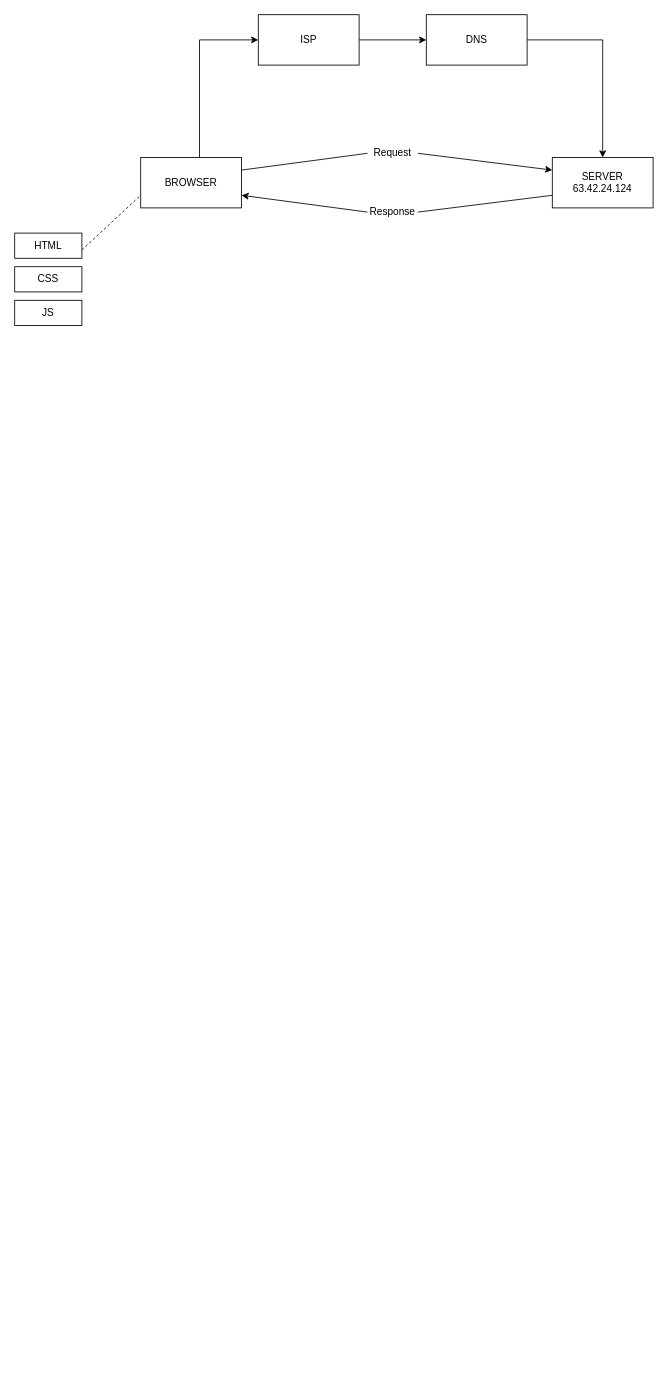
sriramr98/backend-bootcamp-notes keeps this draw.io diagram as Untitled Diagram.drawio. Above is the earlier version. Source tidied: cells renumbered, new cells numbered last; positions are measured from the earlier drawing's top-left corner, leaving out a move shared by most shapes. Both pictures are drawn from the tidied source at 84%, with x=0, y=0 at pixel (14, 14).
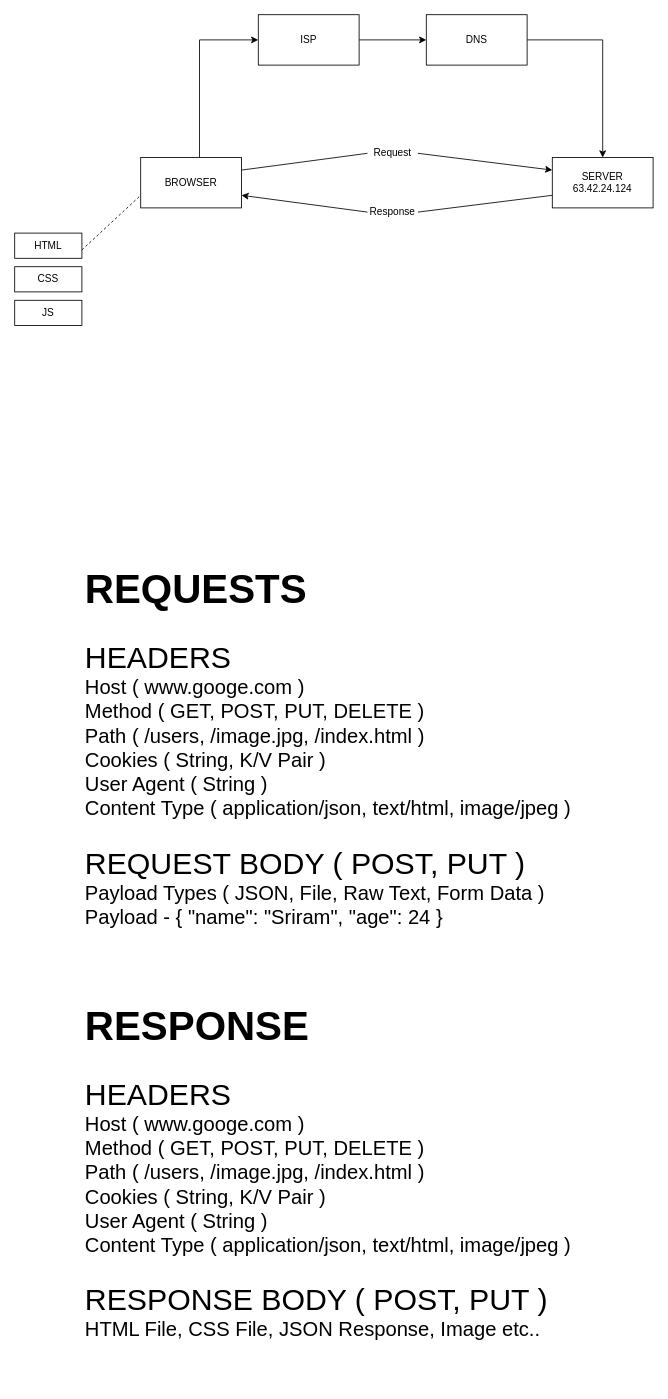
Above is the later version.

The edit, as a diff of the source:
```diff
@@
+    <mxCell id="19" value="&lt;h1&gt;&lt;font style=&quot;font-size: 48px;&quot;&gt;REQUESTS&lt;/font&gt;&lt;/h1&gt;&lt;div&gt;&lt;br&gt;&lt;/div&gt;&lt;div&gt;&lt;font style=&quot;font-size: 36px;&quot;&gt;HEADERS&lt;/font&gt;&lt;/div&gt;&lt;div&gt;&lt;font style=&quot;font-size: 24px;&quot;&gt;Host ( www.googe.com )&lt;/font&gt;&lt;/div&gt;&lt;div&gt;&lt;font style=&quot;font-size: 24px;&quot;&gt;Method ( GET, POST, PUT, DELETE )&lt;/font&gt;&lt;/div&gt;&lt;div&gt;&lt;font style=&quot;font-size: 24px;&quot;&gt;Path ( /users, /image.jpg, /index.html )&lt;/font&gt;&lt;/div&gt;&lt;div&gt;&lt;font style=&quot;font-size: 24px;&quot;&gt;Cookies ( String, K/V Pair )&lt;/font&gt;&lt;/div&gt;&lt;div&gt;&lt;font style=&quot;font-size: 24px;&quot;&gt;User Agent ( String )&lt;/font&gt;&lt;/div&gt;&lt;div&gt;&lt;font style=&quot;font-size: 24px;&quot;&gt;Content Type ( application/json, text/html, image/jpeg )&lt;/font&gt;&lt;/div&gt;&lt;div&gt;&lt;font style=&quot;font-size: 24px;&quot;&gt;&lt;br&gt;&lt;/font&gt;&lt;/div&gt;&lt;div&gt;&lt;font style=&quot;font-size: 36px;&quot;&gt;REQUEST BODY ( POST, PUT )&lt;/font&gt;&lt;/div&gt;&lt;div&gt;&lt;span style=&quot;font-size: 24px;&quot;&gt;Payload Types ( JSON, File, Raw Text, Form Data )&lt;/span&gt;&lt;/div&gt;&lt;div&gt;&lt;span style=&quot;font-size: 24px;&quot;&gt;Payload - { &quot;name&quot;: &quot;Sriram&quot;, &quot;age&quot;: 24 }&lt;/span&gt;&lt;/div&gt;" style="text;html=1;strokeColor=none;fillColor=none;spacing=5;spacingTop=-20;whiteSpace=wrap;overflow=hidden;rounded=0;shadow=0;" parent="1" vertex="1">
+      <mxGeometry x="79" y="650" width="640" height="460" as="geometry" />
+    </mxCell>
+    <mxCell id="20" value="&lt;h1&gt;&lt;font style=&quot;font-size: 48px;&quot;&gt;RESPONSE&lt;/font&gt;&lt;/h1&gt;&lt;div&gt;&lt;br&gt;&lt;/div&gt;&lt;div&gt;&lt;font style=&quot;font-size: 36px;&quot;&gt;HEADERS&lt;/font&gt;&lt;/div&gt;&lt;div&gt;&lt;font style=&quot;font-size: 24px;&quot;&gt;Host ( www.googe.com )&lt;/font&gt;&lt;/div&gt;&lt;div&gt;&lt;font style=&quot;font-size: 24px;&quot;&gt;Method ( GET, POST, PUT, DELETE )&lt;/font&gt;&lt;/div&gt;&lt;div&gt;&lt;font style=&quot;font-size: 24px;&quot;&gt;Path ( /users, /image.jpg, /index.html )&lt;/font&gt;&lt;/div&gt;&lt;div&gt;&lt;font style=&quot;font-size: 24px;&quot;&gt;Cookies ( String, K/V Pair )&lt;/font&gt;&lt;/div&gt;&lt;div&gt;&lt;font style=&quot;font-size: 24px;&quot;&gt;User Agent ( String )&lt;/font&gt;&lt;/div&gt;&lt;div&gt;&lt;font style=&quot;font-size: 24px;&quot;&gt;Content Type ( application/json, text/html, image/jpeg )&lt;/font&gt;&lt;/div&gt;&lt;div&gt;&lt;font style=&quot;font-size: 24px;&quot;&gt;&lt;br&gt;&lt;/font&gt;&lt;/div&gt;&lt;div&gt;&lt;font style=&quot;font-size: 36px;&quot;&gt;RESPONSE BODY ( POST, PUT )&lt;/font&gt;&lt;/div&gt;&lt;div&gt;&lt;span style=&quot;font-size: 24px;&quot;&gt;HTML File, CSS File, JSON Response, Image etc..&lt;/span&gt;&lt;/div&gt;" style="text;html=1;strokeColor=none;fillColor=none;spacing=5;spacingTop=-20;whiteSpace=wrap;overflow=hidden;rounded=0;" parent="1" vertex="1">
+      <mxGeometry x="79" y="1170" width="640" height="460" as="geometry" />
+    </mxCell>
```
